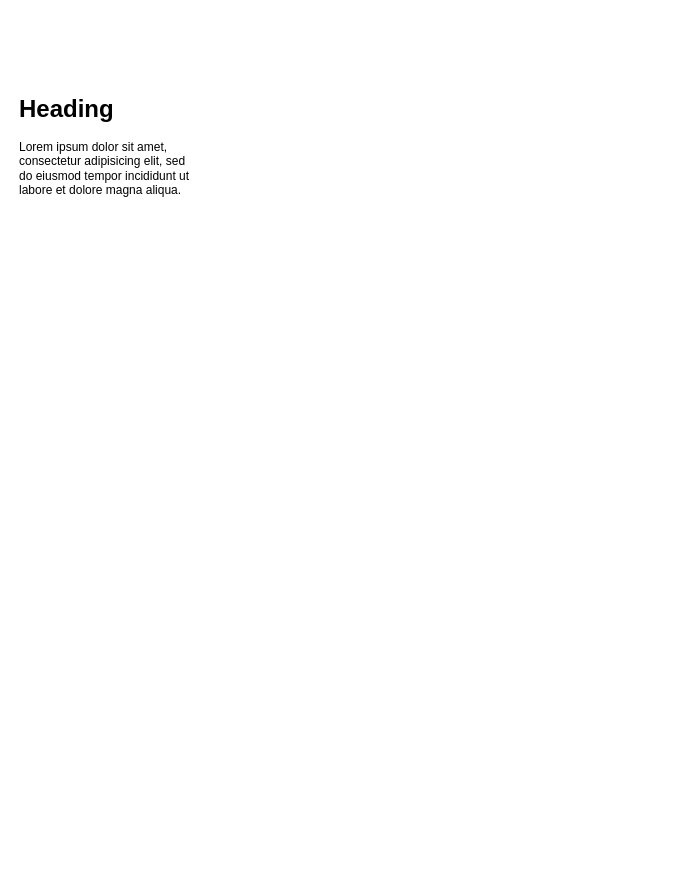
Earlier version of the draw.io diagram Email, meeting, and dashboard.drawio (Alfonsorb123/Hubspot-Designs). Source tidied: cells renumbered, new cells numbered last; positions are measured from the earlier drawing's top-left corner, leaving out a move shared by most shapes. Both pictures are drawn from the tidied source at 100%, with x=0, y=0 at pixel (17, 88). Pictures stored in the file or linked from it are replaced by grey dashed boxes.
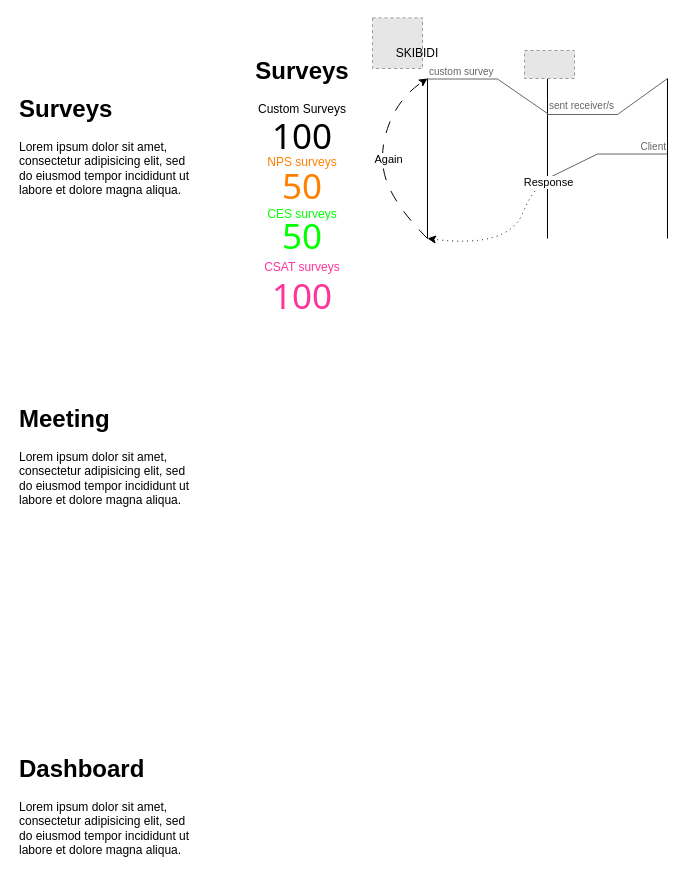
After the change.

The edit, as a diff of the source:
```diff
@@
+    <mxCell id="3" style="fillColor=#E6E6E6;strokeColor=#999999;dashed=1;verticalLabelPosition=bottom;labelBackgroundColor=default;verticalAlign=top;" parent="1" vertex="1">
+      <mxGeometry x="355" y="-70.6" width="50" height="50.6" as="geometry" />
+    </mxCell>
+    <mxCell id="4" style="curved=1;endArrow=classic;html=1;rounded=0;dashed=1;dashPattern=1 4;" parent="1" edge="1">
+      <mxGeometry relative="1" as="geometry">
+        <mxPoint x="530" y="100" as="sourcePoint" />
+        <mxPoint x="410" y="150" as="targetPoint" />
+        <Array as="points">
+          <mxPoint x="520" y="90" />
+          <mxPoint x="490" y="160" />
+        </Array>
+      </mxGeometry>
+    </mxCell>
+    <mxCell id="5" value="&lt;font style=&quot;font-size: 10px;&quot;&gt;Client&lt;/font&gt;" style="strokeWidth=1;shadow=0;dashed=0;align=center;html=1;shape=mxgraph.mockup.text.callout;linkText=;textSize=17;textColor=#666666;callDir=NE;callStyle=line;fontSize=17;fontColor=#666666;align=right;verticalAlign=top;strokeColor=#666666;" parent="1" vertex="1">
+      <mxGeometry x="530" y="40" width="120" height="50" as="geometry" />
+    </mxCell>
-    <mxCell id="2" value="&lt;h1 style=&quot;margin-top: 0px;&quot;&gt;Heading&lt;/h1&gt;&lt;p&gt;Lorem ipsum dolor sit amet, consectetur adipisicing elit, sed do eiusmod tempor incididunt ut labore et dolore magna aliqua.&lt;/p&gt;" style="text;html=1;whiteSpace=wrap;overflow=hidden;rounded=0;" parent="1" vertex="1">
+    <mxCell id="2" value="&lt;h1 style=&quot;margin-top: 0px;&quot;&gt;Surveys&lt;/h1&gt;&lt;p&gt;Lorem ipsum dolor sit amet, consectetur adipisicing elit, sed do eiusmod tempor incididunt ut labore et dolore magna aliqua.&lt;/p&gt;" style="text;html=1;whiteSpace=wrap;overflow=hidden;rounded=0;" parent="1" vertex="1">
       <mxGeometry width="180" height="120" as="geometry" />
     </mxCell>
+    <mxCell id="6" value="&lt;h1 style=&quot;margin-top: 0px;&quot;&gt;Meeting&lt;/h1&gt;&lt;p&gt;Lorem ipsum dolor sit amet, consectetur adipisicing elit, sed do eiusmod tempor incididunt ut labore et dolore magna aliqua.&lt;/p&gt;" style="text;html=1;whiteSpace=wrap;overflow=hidden;rounded=0;" parent="1" vertex="1">
+      <mxGeometry y="310" width="180" height="120" as="geometry" />
+    </mxCell>
+    <mxCell id="7" value="&lt;h1 style=&quot;margin-top: 0px;&quot;&gt;Dashboard&lt;/h1&gt;&lt;p&gt;Lorem ipsum dolor sit amet, consectetur adipisicing elit, sed do eiusmod tempor incididunt ut labore et dolore magna aliqua.&lt;/p&gt;" style="text;html=1;whiteSpace=wrap;overflow=hidden;rounded=0;" parent="1" vertex="1">
+      <mxGeometry y="660" width="180" height="120" as="geometry" />
+    </mxCell>
+    <mxCell id="8" value="&lt;h1 style=&quot;margin-top: 0px;&quot;&gt;Surveys&lt;/h1&gt;&lt;p&gt;Custom Surveys&lt;/p&gt;&lt;p&gt;&lt;br&gt;&lt;/p&gt;&lt;p&gt;&lt;font color=&quot;#ff8000&quot;&gt;NPS surveys&lt;/font&gt;&lt;/p&gt;&lt;p&gt;&lt;br&gt;&lt;/p&gt;&lt;p&gt;&lt;font color=&quot;#00ff00&quot;&gt;CES surveys&lt;/font&gt;&lt;/p&gt;&lt;p&gt;&lt;br&gt;&lt;/p&gt;&lt;p&gt;&lt;font color=&quot;#ff3399&quot;&gt;CSAT surveys&lt;/font&gt;&lt;/p&gt;" style="text;html=1;whiteSpace=wrap;overflow=hidden;rounded=0;align=center;" parent="1" vertex="1">
+      <mxGeometry x="230" y="-38" width="110" height="250" as="geometry" />
+    </mxCell>
+    <mxCell id="9" value="&lt;blockquote style=&quot;font-size: 35px;&quot;&gt;100&lt;/blockquote&gt;" style="text;html=1;align=center;verticalAlign=middle;whiteSpace=wrap;rounded=0;textShadow=0;labelBorderColor=none;fontColor=default;labelPosition=center;verticalLabelPosition=middle;fontFamily=Tahoma;fontSize=35;" parent="1" vertex="1">
+      <mxGeometry x="255" y="32" width="60" height="30" as="geometry" />
+    </mxCell>
+    <mxCell id="10" style="endArrow=none;html=1;rounded=0;" parent="1" edge="1">
+      <mxGeometry relative="1" as="geometry">
+        <mxPoint x="410" y="150" as="sourcePoint" />
+        <mxPoint x="410" y="-10" as="targetPoint" />
+      </mxGeometry>
+    </mxCell>
+    <mxCell id="11" style="endArrow=none;html=1;rounded=0;" parent="1" edge="1">
+      <mxGeometry relative="1" as="geometry">
+        <mxPoint x="530" y="150" as="sourcePoint" />
+        <mxPoint x="530" y="-10" as="targetPoint" />
+      </mxGeometry>
+    </mxCell>
+    <mxCell id="12" value="Response" style="edgeLabel;html=1;align=center;verticalAlign=middle;" parent="11" vertex="1">
+      <mxGeometry x="-0.61" y="-1" relative="1" as="geometry">
+        <mxPoint x="-1" y="-26" as="offset" />
+      </mxGeometry>
+    </mxCell>
+    <mxCell id="13" value="SKIBIDI" style="text;html=1;align=center;verticalAlign=middle;whiteSpace=wrap;rounded=0;" parent="1" vertex="1">
+      <mxGeometry x="370" y="-50" width="60" height="30" as="geometry" />
+    </mxCell>
+    <mxCell id="14" value="&lt;font style=&quot;font-size: 10px;&quot;&gt;custom survey&lt;/font&gt;" style="strokeWidth=1;shadow=0;dashed=0;align=center;html=1;shape=mxgraph.mockup.text.callout;linkText=;textSize=17;textColor=#666666;callDir=NW;callStyle=line;fontSize=17;fontColor=#666666;align=left;verticalAlign=top;strokeColor=#666666;" parent="1" vertex="1">
+      <mxGeometry x="410" y="-35" width="120" height="60" as="geometry" />
+    </mxCell>
+    <mxCell id="15" style="endArrow=none;html=1;rounded=0;" parent="1" edge="1">
+      <mxGeometry relative="1" as="geometry">
+        <mxPoint x="650" y="150" as="sourcePoint" />
+        <mxPoint x="650" y="-10" as="targetPoint" />
+      </mxGeometry>
+    </mxCell>
+    <mxCell id="16" value="sent receiver/s" style="strokeWidth=1;shadow=0;dashed=0;align=center;html=1;shape=mxgraph.mockup.text.callout;linkText=;textSize=17;textColor=#666666;callDir=SW;callStyle=line;fontSize=10;fontColor=#666666;align=left;verticalAlign=bottom;strokeColor=#666666;" parent="1" vertex="1">
+      <mxGeometry x="530" y="-10" width="120" height="36" as="geometry" />
+    </mxCell>
+    <mxCell id="17" style="curved=1;endArrow=classic;html=1;rounded=0;dashed=1;dashPattern=12 12;" parent="1" edge="1">
+      <mxGeometry relative="1" as="geometry">
+        <mxPoint x="410" y="150" as="sourcePoint" />
+        <mxPoint x="410" y="-10" as="targetPoint" />
+        <Array as="points">
+          <mxPoint x="380" y="120" />
+          <mxPoint x="360" y="70" />
+          <mxPoint x="380" y="10" />
+        </Array>
+      </mxGeometry>
+    </mxCell>
+    <mxCell id="18" value="Again" style="edgeLabel;html=1;align=center;verticalAlign=middle;" parent="17" vertex="1">
+      <mxGeometry x="-0.09" y="-3" relative="1" as="geometry">
+        <mxPoint x="5" y="-5" as="offset" />
+      </mxGeometry>
+    </mxCell>
+    <mxCell id="19" style="fillColor=#E6E6E6;strokeColor=#999999;dashed=1;verticalLabelPosition=bottom;labelBackgroundColor=default;verticalAlign=top;" parent="1" vertex="1">
+      <mxGeometry x="507" y="-38" width="50" height="28" as="geometry" />
+    </mxCell>
+    <mxCell id="20" value="&lt;blockquote style=&quot;font-size: 35px;&quot;&gt;50&lt;/blockquote&gt;" style="text;html=1;align=center;verticalAlign=middle;whiteSpace=wrap;rounded=0;textShadow=0;labelBorderColor=none;fontColor=#FF8000;labelPosition=center;verticalLabelPosition=middle;fontFamily=Tahoma;fontSize=35;fillColor=default;gradientColor=none;gradientDirection=north;" parent="1" vertex="1">
+      <mxGeometry x="240" y="82" width="90" height="30" as="geometry" />
+    </mxCell>
+    <mxCell id="21" value="&lt;blockquote style=&quot;font-size: 35px;&quot;&gt;&lt;font color=&quot;#00ff00&quot;&gt;50&lt;/font&gt;&lt;/blockquote&gt;" style="text;html=1;align=center;verticalAlign=middle;whiteSpace=wrap;rounded=0;textShadow=0;labelBorderColor=none;fontColor=#FF8000;labelPosition=center;verticalLabelPosition=middle;fontFamily=Tahoma;fontSize=35;fillColor=default;gradientColor=none;gradientDirection=north;" parent="1" vertex="1">
+      <mxGeometry x="240" y="132" width="90" height="30" as="geometry" />
+    </mxCell>
+    <mxCell id="22" value="&lt;blockquote style=&quot;font-size: 35px;&quot;&gt;&lt;font color=&quot;#ff3399&quot;&gt;100&lt;/font&gt;&lt;/blockquote&gt;" style="text;html=1;align=center;verticalAlign=middle;whiteSpace=wrap;rounded=0;textShadow=0;labelBorderColor=none;fontColor=#FF8000;labelPosition=center;verticalLabelPosition=middle;fontFamily=Tahoma;fontSize=35;fillColor=default;gradientColor=none;gradientDirection=north;" parent="1" vertex="1">
+      <mxGeometry x="240" y="192" width="90" height="30" as="geometry" />
+    </mxCell>
```
